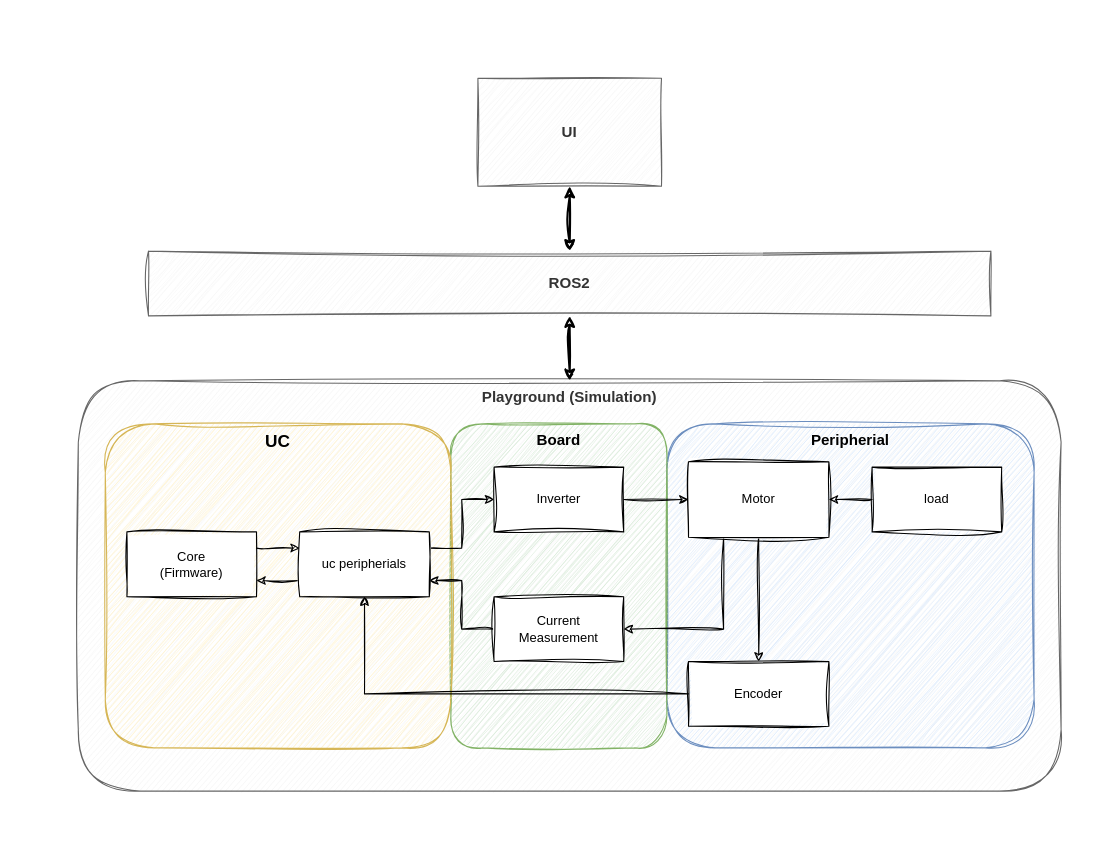
TschieM/pmsm-playground keeps this draw.io diagram as doc/.pictures/architecture.drawio. Above is the earlier version. Source tidied: cells renumbered, new cells numbered last; positions are measured from the earlier drawing's top-left corner, leaving out a move shared by most shapes. Both pictures are drawn from the tidied source at 108%, with x=0, y=0 at pixel (56, 45).
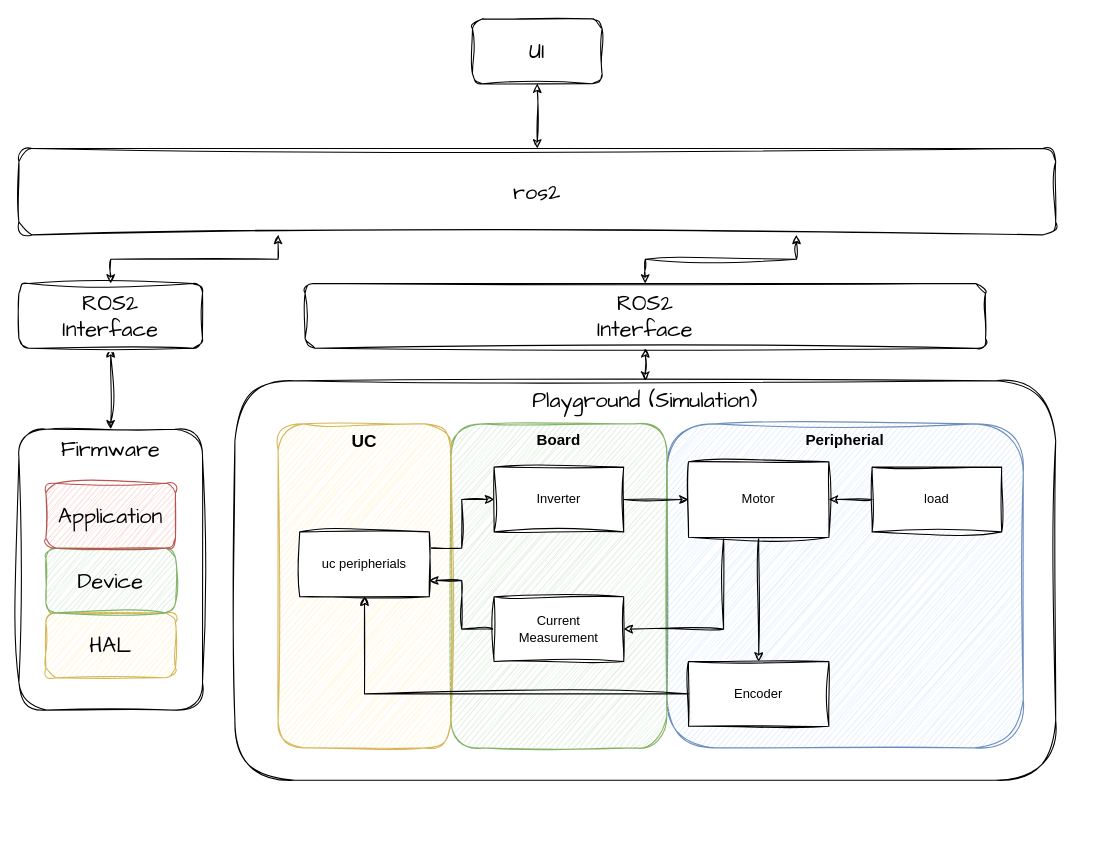
After the change.

Commit message (it also covers changes not shown here):
update architecture design

The change refers to these unchanged cells:
```xml
<mxCell id="18" value="uc peripherials" style="rounded=0;whiteSpace=wrap;html=1;sketch=1;curveFitting=1;jiggle=2;" parent="1" vertex="1">
  <mxGeometry x="225" y="450" width="120" height="60" as="geometry" />
</mxCell>
```

Change to the diagram source:
```diff
@@
-    <mxCell id="2" style="rounded=0;whiteSpace=wrap;html=1;strokeColor=none;" parent="1" vertex="1">
-      <mxGeometry width="950" height="730" as="geometry" />
-    </mxCell>
-    <mxCell id="3" value="&lt;font style=&quot;font-size: 14px;&quot;&gt;&lt;b&gt;Playground (Simulation)&lt;/b&gt;&lt;/font&gt;" style="rounded=1;whiteSpace=wrap;html=1;verticalAlign=top;fillColor=#f5f5f5;fontColor=#333333;strokeColor=#666666;sketch=1;curveFitting=1;jiggle=2;" parent="1" vertex="1">
-      <mxGeometry x="20" y="310" width="910" height="380" as="geometry" />
+    <mxCell id="3" value="Playground (Simulation)" style="rounded=1;whiteSpace=wrap;html=1;sketch=1;hachureGap=4;jiggle=2;curveFitting=1;fontFamily=Architects Daughter;fontSize=20;verticalAlign=top;" parent="1" vertex="1">
+      <mxGeometry x="165" y="310" width="760" height="370" as="geometry" />
     </mxCell>
+    <mxCell id="27" style="edgeStyle=orthogonalEdgeStyle;rounded=0;sketch=1;hachureGap=4;jiggle=2;curveFitting=1;jettySize=auto;html=1;exitX=0.5;exitY=0;exitDx=0;exitDy=0;entryX=0.5;entryY=1;entryDx=0;entryDy=0;fontFamily=Architects Daughter;fontSize=16;startArrow=classic;startFill=1;" parent="1" edge="1" source="28" target="36">
+      <mxGeometry relative="1" as="geometry" />
+    </mxCell>
+    <mxCell id="28" value="Firmware" style="rounded=1;whiteSpace=wrap;html=1;sketch=1;hachureGap=4;jiggle=2;curveFitting=1;fontFamily=Architects Daughter;fontSize=20;horizontal=1;verticalAlign=top;" parent="1" vertex="1">
+      <mxGeometry x="-35" y="355" width="170" height="260" as="geometry" />
+    </mxCell>
+    <mxCell id="29" style="edgeStyle=orthogonalEdgeStyle;rounded=0;sketch=1;hachureGap=4;jiggle=2;curveFitting=1;jettySize=auto;html=1;exitX=0.5;exitY=0;exitDx=0;exitDy=0;entryX=0.5;entryY=1;entryDx=0;entryDy=0;fontFamily=Architects Daughter;fontSize=16;startArrow=classic;startFill=1;" parent="1" edge="1" source="3" target="38">
+      <mxGeometry relative="1" as="geometry" />
+    </mxCell>
     <mxCell id="4" value="&lt;font style=&quot;font-size: 14px;&quot;&gt;&lt;b&gt;Peripherial&lt;/b&gt;&lt;/font&gt;" style="rounded=1;whiteSpace=wrap;html=1;fillColor=#dae8fc;strokeColor=#6c8ebf;verticalAlign=top;sketch=1;curveFitting=1;jiggle=2;" parent="1" vertex="1">
-      <mxGeometry x="565" y="350" width="340" height="300" as="geometry" />
+      <mxGeometry x="565" y="350" width="330" height="300" as="geometry" />
     </mxCell>
@@
     <mxCell id="6" value="&lt;font style=&quot;font-size: 16px;&quot;&gt;&lt;b&gt;UC&lt;/b&gt;&lt;/font&gt;" style="rounded=1;whiteSpace=wrap;html=1;fillColor=#fff2cc;strokeColor=#d6b656;horizontal=1;verticalAlign=top;sketch=1;curveFitting=1;jiggle=2;" parent="1" vertex="1">
-      <mxGeometry x="45" y="350" width="320" height="300" as="geometry" />
+      <mxGeometry x="205" y="350" width="160" height="300" as="geometry" />
     </mxCell>
@@
-    <mxCell id="16" style="edgeStyle=orthogonalEdgeStyle;rounded=0;jettySize=auto;html=1;exitX=0;exitY=0.75;exitDx=0;exitDy=0;entryX=1;entryY=0.75;entryDx=0;entryDy=0;sketch=1;curveFitting=1;jiggle=2;" parent="1" edge="1" source="18" target="20">
-      <mxGeometry relative="1" as="geometry" />
-    </mxCell>
@@
-    <mxCell id="19" style="edgeStyle=orthogonalEdgeStyle;rounded=0;jettySize=auto;html=1;exitX=1;exitY=0.25;exitDx=0;exitDy=0;entryX=0;entryY=0.25;entryDx=0;entryDy=0;sketch=1;curveFitting=1;jiggle=2;" parent="1" edge="1" source="20" target="18">
-      <mxGeometry relative="1" as="geometry" />
-    </mxCell>
-    <mxCell id="20" value="Core&lt;br&gt;(Firmware)" style="rounded=0;whiteSpace=wrap;html=1;sketch=1;curveFitting=1;jiggle=2;" parent="1" vertex="1">
-      <mxGeometry x="65" y="450" width="120" height="60" as="geometry" />
-    </mxCell>
@@
-    <mxCell id="23" style="edgeStyle=orthogonalEdgeStyle;rounded=0;jettySize=auto;html=1;exitX=0.5;exitY=1;exitDx=0;exitDy=0;entryX=0.5;entryY=0;entryDx=0;entryDy=0;startArrow=classic;startFill=1;strokeWidth=2;sketch=1;curveFitting=1;jiggle=2;" parent="1" edge="1" source="24" target="3">
-      <mxGeometry relative="1" as="geometry" />
-    </mxCell>
-    <mxCell id="24" value="&lt;b&gt;&lt;font style=&quot;font-size: 14px;&quot;&gt;ROS2&lt;/font&gt;&lt;/b&gt;" style="rounded=0;whiteSpace=wrap;html=1;fillColor=#f5f5f5;fontColor=#333333;strokeColor=#666666;sketch=1;curveFitting=1;jiggle=2;" parent="1" vertex="1">
-      <mxGeometry x="85" y="190" width="780" height="60" as="geometry" />
-    </mxCell>
-    <mxCell id="25" style="edgeStyle=orthogonalEdgeStyle;rounded=0;jettySize=auto;html=1;exitX=0.5;exitY=1;exitDx=0;exitDy=0;startArrow=classic;startFill=1;strokeWidth=2;sketch=1;curveFitting=1;jiggle=2;" parent="1" edge="1" source="26" target="24">
-      <mxGeometry relative="1" as="geometry" />
-    </mxCell>
+    <mxCell id="30" value="ros2" style="rounded=1;whiteSpace=wrap;html=1;sketch=1;hachureGap=4;jiggle=2;curveFitting=1;fontFamily=Architects Daughter;fontSize=20;" parent="1" vertex="1">
+      <mxGeometry x="-35" y="95" width="960" height="80" as="geometry" />
+    </mxCell>
+    <mxCell id="31" style="edgeStyle=orthogonalEdgeStyle;rounded=0;sketch=1;hachureGap=4;jiggle=2;curveFitting=1;jettySize=auto;html=1;exitX=0.5;exitY=1;exitDx=0;exitDy=0;entryX=0.5;entryY=0;entryDx=0;entryDy=0;fontFamily=Architects Daughter;fontSize=16;startArrow=classic;startFill=1;" parent="1" edge="1" source="26" target="30">
+      <mxGeometry relative="1" as="geometry" />
+    </mxCell>
-    <mxCell id="26" value="&lt;font style=&quot;font-size: 14px;&quot;&gt;&lt;b&gt;UI&lt;/b&gt;&lt;/font&gt;" style="rounded=0;whiteSpace=wrap;html=1;fillColor=#f5f5f5;fontColor=#333333;strokeColor=#666666;sketch=1;curveFitting=1;jiggle=2;" parent="1" vertex="1">
-      <mxGeometry x="390" y="30" width="170" height="100" as="geometry" />
+    <mxCell id="26" value="UI" style="rounded=1;whiteSpace=wrap;html=1;sketch=1;hachureGap=4;jiggle=2;curveFitting=1;fontFamily=Architects Daughter;fontSize=20;" parent="1" vertex="1">
+      <mxGeometry x="385" y="-25" width="120" height="60" as="geometry" />
     </mxCell>
+    <mxCell id="32" value="HAL" style="rounded=1;whiteSpace=wrap;html=1;sketch=1;hachureGap=4;jiggle=2;curveFitting=1;fontFamily=Architects Daughter;fontSize=20;fillColor=#fff2cc;strokeColor=#d6b656;" parent="1" vertex="1">
+      <mxGeometry x="-10" y="525" width="120" height="60" as="geometry" />
+    </mxCell>
+    <mxCell id="33" value="Device" style="rounded=1;whiteSpace=wrap;html=1;sketch=1;hachureGap=4;jiggle=2;curveFitting=1;fontFamily=Architects Daughter;fontSize=20;fillColor=#d5e8d4;strokeColor=#82b366;" parent="1" vertex="1">
+      <mxGeometry x="-10" y="465" width="120" height="60" as="geometry" />
+    </mxCell>
+    <mxCell id="34" value="Application" style="rounded=1;whiteSpace=wrap;html=1;sketch=1;hachureGap=4;jiggle=2;curveFitting=1;fontFamily=Architects Daughter;fontSize=20;fillColor=#f8cecc;strokeColor=#b85450;" parent="1" vertex="1">
+      <mxGeometry x="-10" y="405" width="120" height="60" as="geometry" />
+    </mxCell>
+    <mxCell id="35" style="edgeStyle=orthogonalEdgeStyle;rounded=0;sketch=1;hachureGap=4;jiggle=2;curveFitting=1;jettySize=auto;html=1;exitX=0.5;exitY=0;exitDx=0;exitDy=0;entryX=0.25;entryY=1;entryDx=0;entryDy=0;fontFamily=Architects Daughter;fontSize=16;startArrow=classic;startFill=1;" parent="1" edge="1" source="36" target="30">
+      <mxGeometry relative="1" as="geometry" />
+    </mxCell>
+    <mxCell id="36" value="ROS2&lt;br&gt;Interface" style="rounded=1;whiteSpace=wrap;html=1;sketch=1;hachureGap=4;jiggle=2;curveFitting=1;fontFamily=Architects Daughter;fontSize=20;" parent="1" vertex="1">
+      <mxGeometry x="-35" y="220" width="170" height="60" as="geometry" />
+    </mxCell>
+    <mxCell id="37" style="edgeStyle=orthogonalEdgeStyle;rounded=0;sketch=1;hachureGap=4;jiggle=2;curveFitting=1;jettySize=auto;html=1;exitX=0.5;exitY=0;exitDx=0;exitDy=0;entryX=0.75;entryY=1;entryDx=0;entryDy=0;fontFamily=Architects Daughter;fontSize=16;startArrow=classic;startFill=1;" parent="1" edge="1" source="38" target="30">
+      <mxGeometry relative="1" as="geometry" />
+    </mxCell>
+    <mxCell id="38" value="ROS2&lt;br&gt;Interface" style="rounded=1;whiteSpace=wrap;html=1;sketch=1;hachureGap=4;jiggle=2;curveFitting=1;fontFamily=Architects Daughter;fontSize=20;" parent="1" vertex="1">
+      <mxGeometry x="230" y="220" width="630" height="60" as="geometry" />
+    </mxCell>
```
